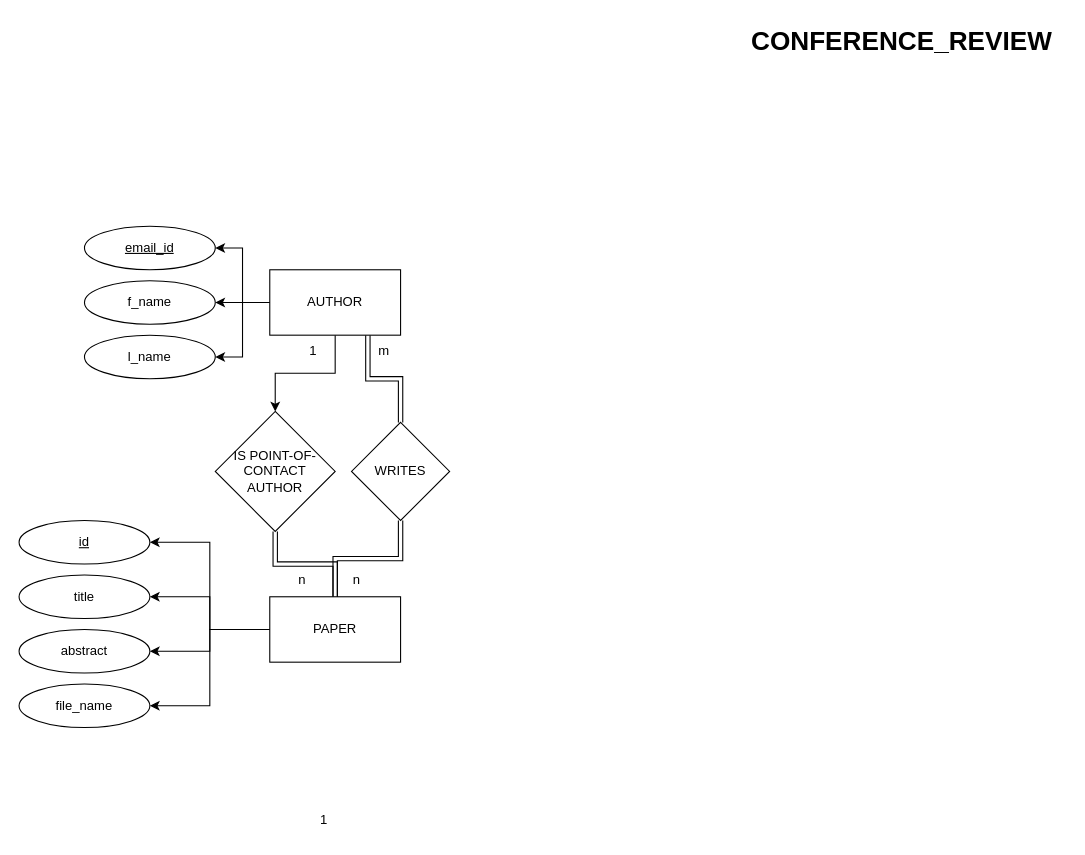
The draw.io diagram CS4620-Mason-HW1-Ex3_34.drawio in persons101/CS4620, before the edit. Source tidied: cells renumbered, new cells numbered last; positions are measured from the earlier drawing's top-left corner, leaving out a move shared by most shapes. Both pictures are drawn from the tidied source at 109%, with x=0, y=0 at pixel (19, 19).
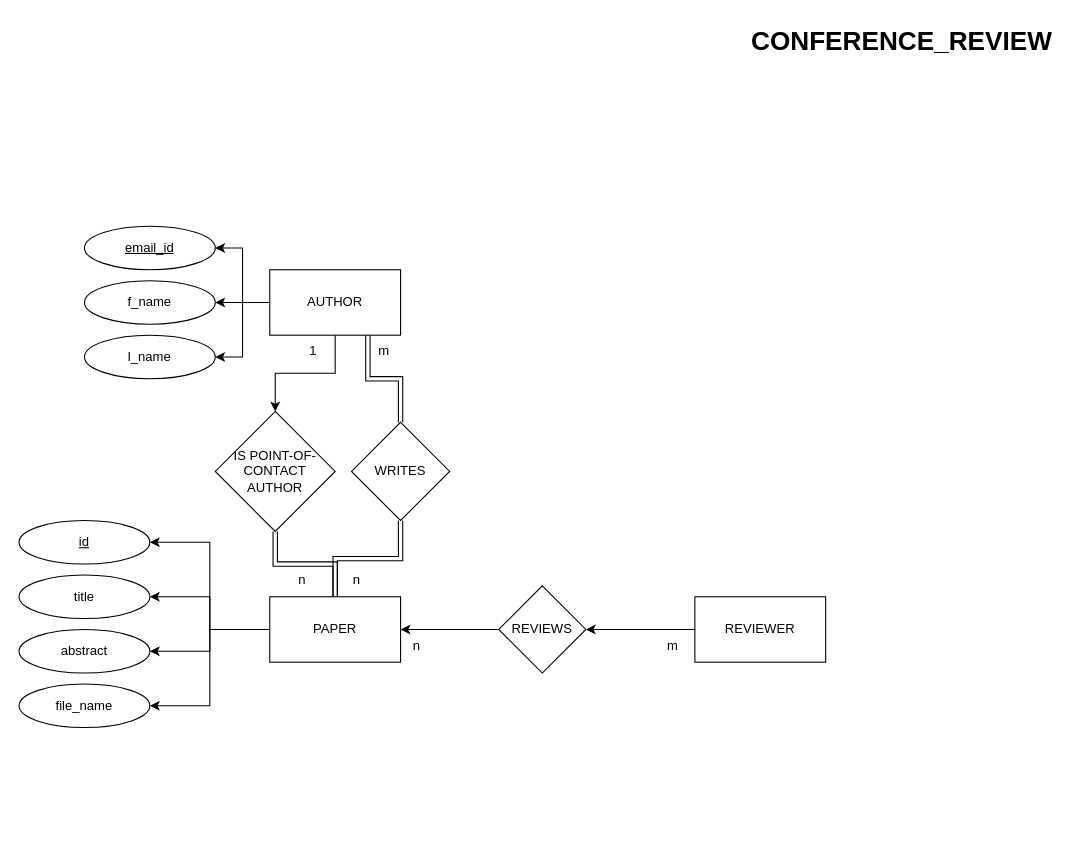
Above is the later version.

The change refers to these unchanged cells:
```xml
<mxCell id="18" value="PAPER" style="whiteSpace=wrap;html=1;rounded=0;" parent="1" vertex="1">
  <mxGeometry x="230" y="530" width="120" height="60" as="geometry" />
</mxCell>
```

The edit, as a diff of the source:
```diff
@@
-    <mxCell id="25" value="1" style="text;html=1;whiteSpace=wrap;strokeColor=none;fillColor=none;align=center;verticalAlign=middle;rounded=0;" parent="1" vertex="1">
-      <mxGeometry x="250" y="720" width="60" height="30" as="geometry" />
-    </mxCell>
@@
+    <mxCell id="30" style="edgeStyle=orthogonalEdgeStyle;rounded=0;jettySize=auto;html=1;" parent="1" edge="1" source="31" target="33">
+      <mxGeometry relative="1" as="geometry" />
+    </mxCell>
+    <mxCell id="31" value="REVIEWER" style="rounded=0;whiteSpace=wrap;html=1;" parent="1" vertex="1">
+      <mxGeometry x="620" y="530" width="120" height="60" as="geometry" />
+    </mxCell>
+    <mxCell id="32" style="edgeStyle=orthogonalEdgeStyle;rounded=0;jettySize=auto;html=1;" parent="1" edge="1" source="33" target="18">
+      <mxGeometry relative="1" as="geometry" />
+    </mxCell>
+    <mxCell id="33" value="REVIEWS" style="rhombus;whiteSpace=wrap;html=1;shapeInside=1;rounded=0;" parent="1" vertex="1">
+      <mxGeometry x="440" y="520" width="80" height="80" as="geometry" />
+    </mxCell>
+    <mxCell id="34" value="n" style="text;html=1;whiteSpace=wrap;strokeColor=none;fillColor=none;align=center;verticalAlign=middle;rounded=0;" parent="1" vertex="1">
+      <mxGeometry x="335" y="560" width="60" height="30" as="geometry" />
+    </mxCell>
+    <mxCell id="35" value="m" style="text;html=1;whiteSpace=wrap;strokeColor=none;fillColor=none;align=center;verticalAlign=middle;rounded=0;" parent="1" vertex="1">
+      <mxGeometry x="570" y="560" width="60" height="30" as="geometry" />
+    </mxCell>
```
